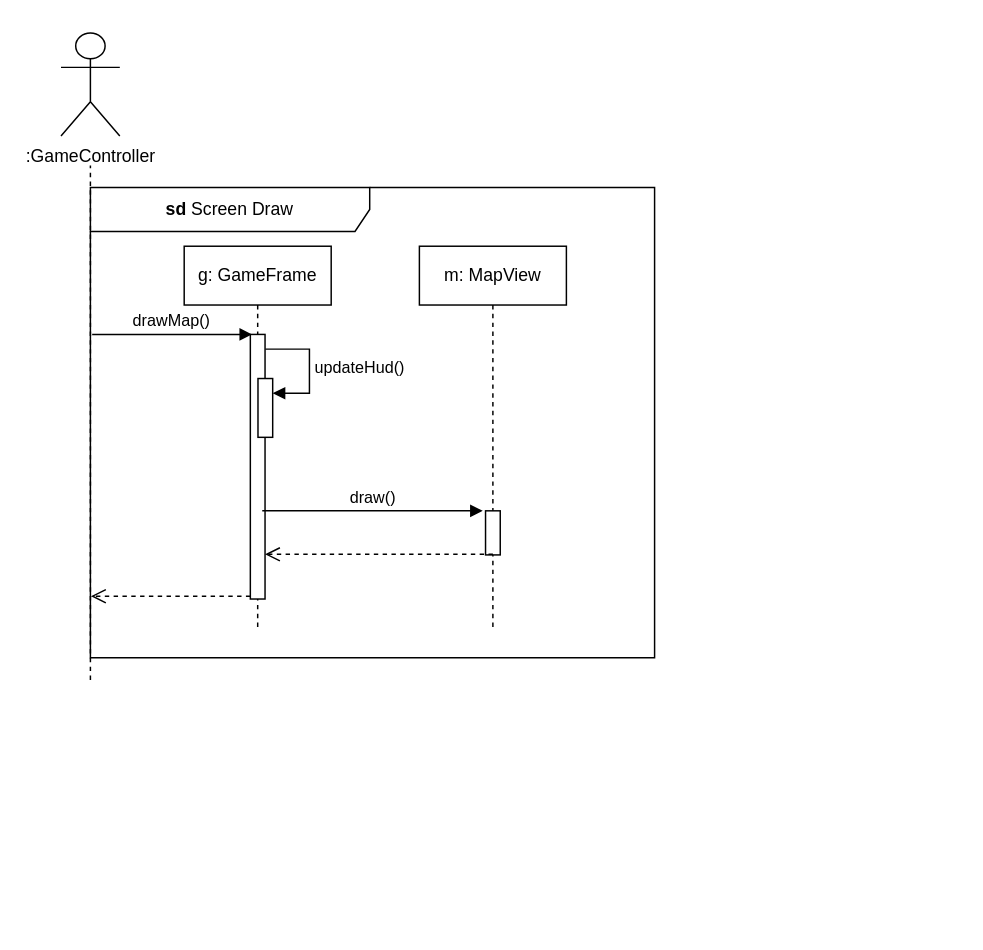
Earlier version of the draw.io diagram page "Screen draw" (2 of 6) of Beadások/9. Beadás - GUI tervek/GUI szekvencia - avagy MegölömMagamHaMégEgySzekvenciátKellCsinálnom.drawio (XanleR/U.B.R.---Projlab-2024). Source tidied: cells renumbered, new cells numbered last; positions are measured from the earlier drawing's top-left corner, leaving out a move shared by most shapes. Both pictures are drawn from the tidied source at 147%, with x=0, y=0 at pixel (60, 32).
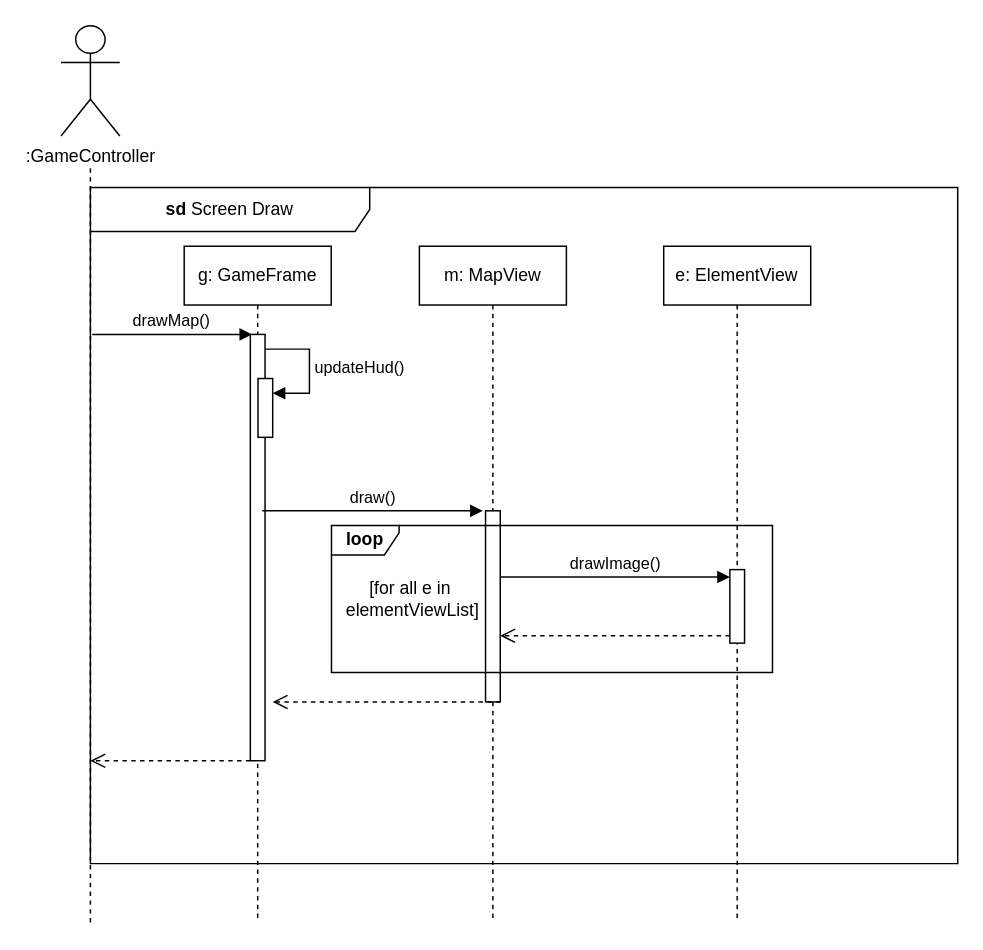
After the change.

What changed in the source:
```diff
@@
     <mxCell id="2" value="g: GameFrame" style="shape=umlLifeline;perimeter=lifelinePerimeter;whiteSpace=wrap;html=1;newEdgeStyle={&quot;curved&quot;:0,&quot;rounded&quot;:0};" parent="1" vertex="1">
-      <mxGeometry x="83.8" y="145" width="100" height="260" as="geometry" />
+      <mxGeometry x="83.8" y="145" width="100" height="460" as="geometry" />
     </mxCell>
     <mxCell id="3" style="html=1;points=[[0,0,0,0,5],[0,1,0,0,-5],[1,0,0,0,5],[1,1,0,0,-5]];perimeter=orthogonalPerimeter;outlineConnect=0;targetShapes=umlLifeline;portConstraint=eastwest;newEdgeStyle={&quot;curved&quot;:0,&quot;rounded&quot;:0};" parent="2" vertex="1">
-      <mxGeometry x="45" y="60" width="10" height="180" as="geometry" />
+      <mxGeometry x="45" y="60" width="10" height="290" as="geometry" />
     </mxCell>
     <mxCell id="4" value="m: MapView" style="shape=umlLifeline;perimeter=lifelinePerimeter;whiteSpace=wrap;html=1;newEdgeStyle={&quot;curved&quot;:0,&quot;rounded&quot;:0};" parent="1" vertex="1">
-      <mxGeometry x="243.8" y="145" width="100" height="260" as="geometry" />
+      <mxGeometry x="243.8" y="145" width="100" height="460" as="geometry" />
     </mxCell>
     <mxCell id="5" style="html=1;points=[[0,0,0,0,5],[0,1,0,0,-5],[1,0,0,0,5],[1,1,0,0,-5]];perimeter=orthogonalPerimeter;outlineConnect=0;targetShapes=umlLifeline;portConstraint=eastwest;newEdgeStyle={&quot;curved&quot;:0,&quot;rounded&quot;:0};" parent="4" vertex="1">
-      <mxGeometry x="45" y="180" width="10" height="30" as="geometry" />
+      <mxGeometry x="45" y="180" width="10" height="130" as="geometry" />
     </mxCell>
@@
-    <mxCell id="8" style="html=1;verticalAlign=bottom;endArrow=open;dashed=1;endSize=8;curved=0;rounded=0;" parent="1" edge="1" target="3">
+    <mxCell id="8" style="html=1;verticalAlign=bottom;endArrow=open;dashed=1;endSize=8;curved=0;rounded=0;" parent="1" edge="1">
       <mxGeometry relative="1" as="geometry">
-        <mxPoint x="293.8" y="354.6" as="sourcePoint" />
+        <mxPoint x="299" y="455" as="sourcePoint" />
+        <mxPoint x="144" y="455" as="targetPoint" />
       </mxGeometry>
     </mxCell>
-    <mxCell id="9" style="html=1;verticalAlign=bottom;endArrow=open;dashed=1;endSize=8;curved=0;rounded=0;entryX=0.001;entryY=0.869;entryDx=0;entryDy=0;entryPerimeter=0;" parent="1" edge="1" source="3" target="10">
+    <mxCell id="9" style="html=1;verticalAlign=bottom;endArrow=open;dashed=1;endSize=8;curved=0;rounded=0;entryX=0;entryY=0.848;entryDx=0;entryDy=0;entryPerimeter=0;" parent="1" edge="1" source="3" target="10">
       <mxGeometry relative="1" as="geometry" />
     </mxCell>
     <mxCell id="10" value="&lt;b&gt;sd&lt;/b&gt;&amp;nbsp;Screen Draw" style="shape=umlFrame;whiteSpace=wrap;html=1;width=190;height=30;" parent="1" vertex="1">
-      <mxGeometry x="20" y="105" width="383.8" height="320" as="geometry" />
+      <mxGeometry x="20" y="105" width="590" height="460" as="geometry" />
     </mxCell>
     <mxCell id="11" style="endArrow=none;dashed=1;html=1;rounded=0;" parent="1" edge="1">
       <mxGeometry relative="1" as="geometry">
-        <mxPoint x="20" y="440" as="sourcePoint" />
+        <mxPoint x="20" y="605" as="sourcePoint" />
         <mxPoint x="20" y="90" as="targetPoint" />
       </mxGeometry>
     </mxCell>
     <mxCell id="12" value=":GameController" style="shape=umlActor;verticalLabelPosition=bottom;verticalAlign=top;html=1;" parent="1" vertex="1">
-      <mxGeometry width="40" height="70" as="geometry" />
+      <mxGeometry y="-5" width="40" height="75" as="geometry" />
     </mxCell>
@@
+    <mxCell id="15" value="e: ElementView" style="shape=umlLifeline;perimeter=lifelinePerimeter;whiteSpace=wrap;html=1;newEdgeStyle={&quot;curved&quot;:0,&quot;rounded&quot;:0};" parent="1" vertex="1">
+      <mxGeometry x="410" y="145" width="100" height="460" as="geometry" />
+    </mxCell>
+    <mxCell id="16" style="html=1;points=[[0,0,0,0,5],[0,1,0,0,-5],[1,0,0,0,5],[1,1,0,0,-5]];perimeter=orthogonalPerimeter;outlineConnect=0;targetShapes=umlLifeline;portConstraint=eastwest;newEdgeStyle={&quot;curved&quot;:0,&quot;rounded&quot;:0};" parent="15" vertex="1">
+      <mxGeometry x="45" y="220" width="10" height="50" as="geometry" />
+    </mxCell>
+    <mxCell id="17" value="drawImage()" style="html=1;verticalAlign=bottom;endArrow=block;curved=0;rounded=0;entryX=0;entryY=0;entryDx=0;entryDy=5;" parent="1" edge="1" source="5" target="16">
+      <mxGeometry relative="1" as="geometry" />
+    </mxCell>
+    <mxCell id="18" style="html=1;verticalAlign=bottom;endArrow=open;dashed=1;endSize=8;curved=0;rounded=0;exitX=0;exitY=1;exitDx=0;exitDy=-5;" parent="1" edge="1" source="16" target="5">
+      <mxGeometry relative="1" as="geometry" />
+    </mxCell>
+    <mxCell id="19" value="&lt;b&gt;loop&lt;/b&gt;" style="shape=umlFrame;whiteSpace=wrap;html=1;width=46;height=20;" parent="1" vertex="1">
+      <mxGeometry x="184" y="335" width="300" height="100" as="geometry" />
+    </mxCell>
+    <mxCell id="20" value="[for all e in&amp;nbsp;&lt;div&gt;elementViewList]&lt;/div&gt;" style="text;html=1;align=center;verticalAlign=middle;strokeColor=none;fillColor=none;" parent="1" vertex="1">
+      <mxGeometry x="184" y="365" width="110" height="40" as="geometry" />
+    </mxCell>
```
